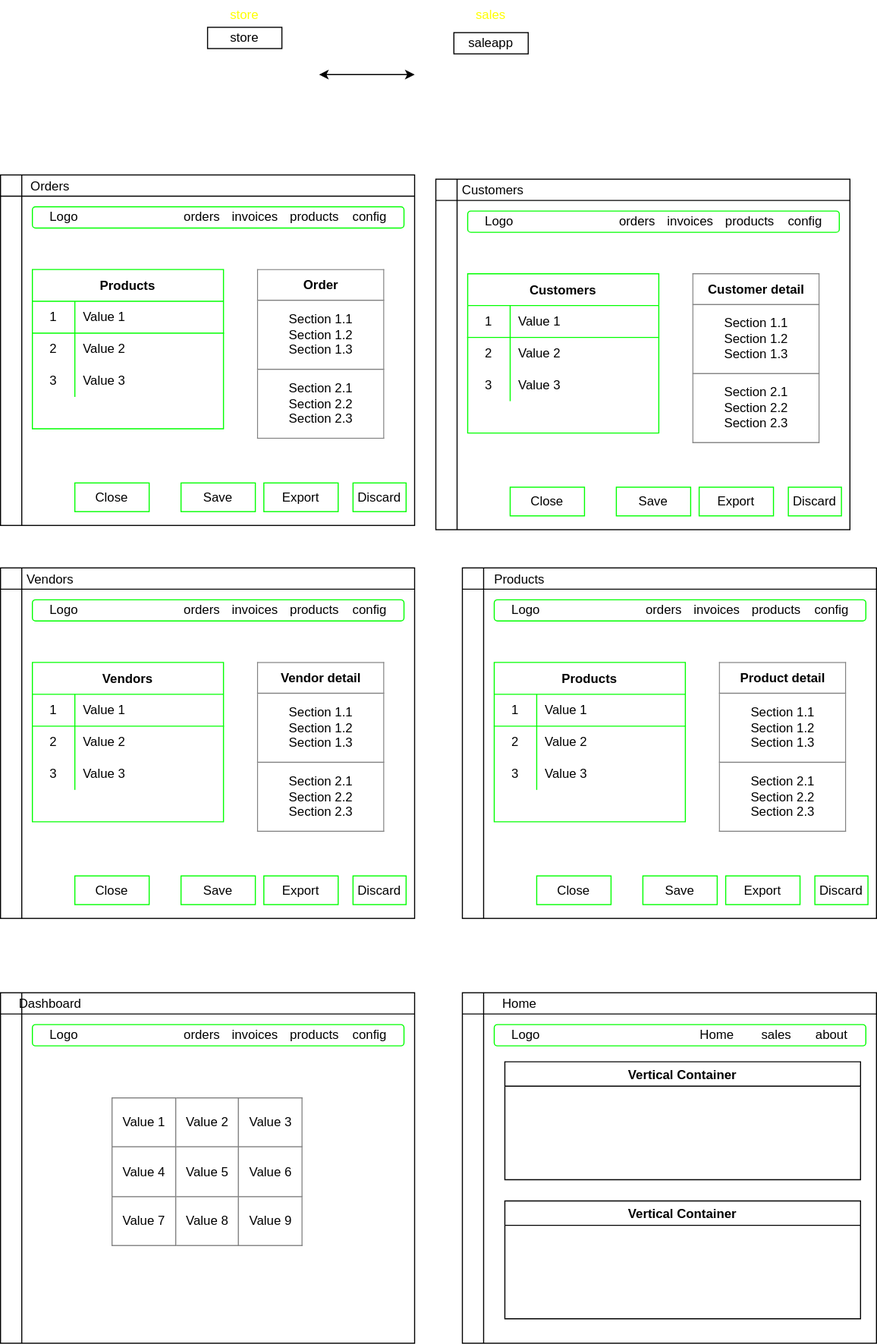
Above: sales/salesapp.dio.svg in jozemario/training-nodejs (draw.io), before the change. Source tidied: cells renumbered, new cells last; positions are measured from the earlier drawing's top-left corner, leaving out a move shared by most shapes.
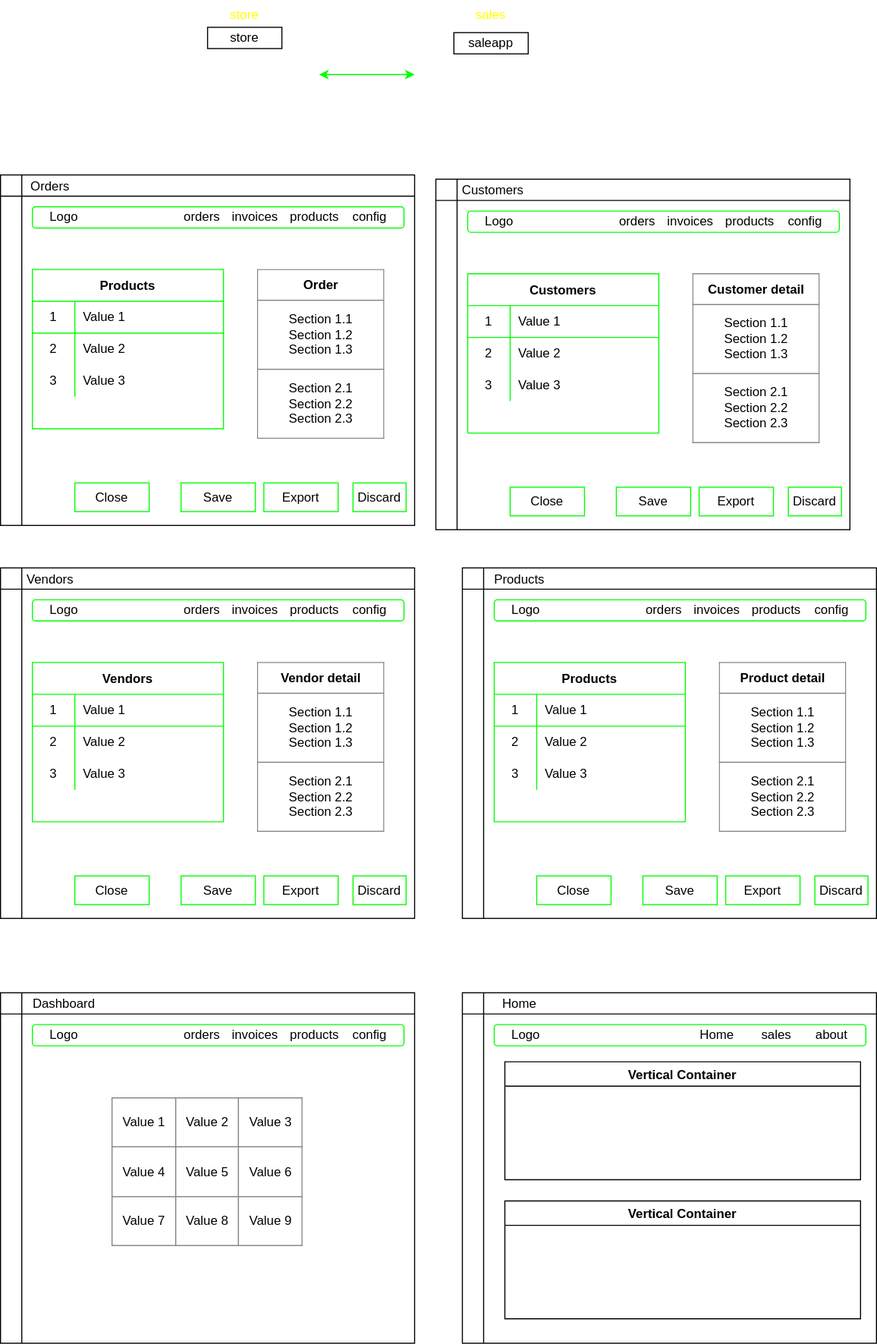
The same diagram one commit later.

Change to the diagram source:
```diff
@@ -296,7 +296,7 @@
     <mxCell id="99" value="Close" style="html=1;whiteSpace=wrap;strokeColor=#00FF00;" parent="1" vertex="1">
       <mxGeometry x="480" y="458" width="70" height="27" as="geometry" />
     </mxCell>
-    <mxCell id="100" style="endArrow=classic;startArrow=classic;html=1;" parent="1" edge="1">
+    <mxCell id="100" style="endArrow=classic;startArrow=classic;html=1;strokeColor=#00FF00;" parent="1" edge="1">
       <mxGeometry relative="1" as="geometry">
         <mxPoint x="300" y="69.5" as="sourcePoint" />
         <mxPoint x="390" y="69.5" as="targetPoint" />
@@ -306,7 +306,7 @@
       <mxGeometry y="934" width="390" height="330" as="geometry" />
     </mxCell>
     <mxCell id="102" value="Dashboard" style="text;html=1;strokeColor=none;fillColor=none;align=center;verticalAlign=middle;whiteSpace=wrap;rounded=0;" parent="1" vertex="1">
-      <mxGeometry x="17" y="930" width="60" height="30" as="geometry" />
+      <mxGeometry x="30" y="930" width="60" height="30" as="geometry" />
     </mxCell>
     <mxCell id="103" style="rounded=1;whiteSpace=wrap;html=1;strokeColor=#00FF00;" parent="1" vertex="1">
       <mxGeometry x="30" y="964" width="350" height="20" as="geometry" />
```
